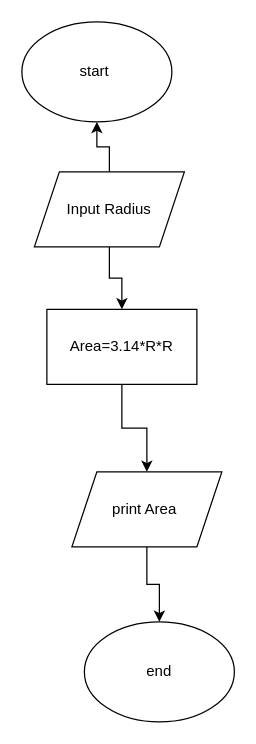
The draw.io diagram area of circle_Diagram.drawio in vikas342/ReadmineGit, before the edit. Source tidied: cells renumbered, new cells numbered last; positions are measured from the earlier drawing's top-left corner, leaving out a move shared by most shapes. Both pictures are drawn from the tidied source at 125%, with x=0, y=0 at pixel (21, 21).
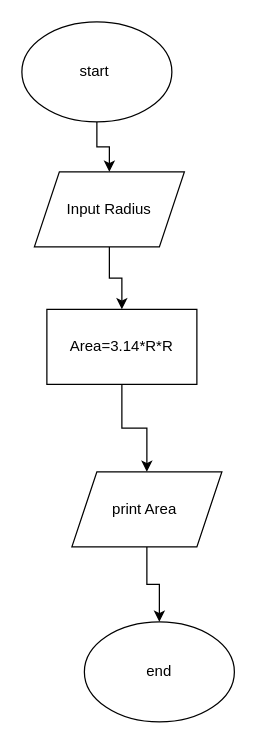
The same diagram, later.

Diff of the diagram source:
```diff
@@
 <mxGraphModel>
   <root>
     <mxCell id="0" />
     <mxCell id="1" parent="0" />
+    <mxCell id="11" style="edgeStyle=orthogonalEdgeStyle;rounded=0;jettySize=auto;html=1;" parent="1" edge="1" source="2" target="10">
+      <mxGeometry relative="1" as="geometry" />
+    </mxCell>
     <mxCell id="2" value="start&lt;span style=&quot;white-space: pre;&quot;&gt; &lt;/span&gt;" style="ellipse;whiteSpace=wrap;html=1;" parent="1" vertex="1">
       <mxGeometry width="120" height="80" as="geometry" />
     </mxCell>
     <mxCell id="3" style="edgeStyle=orthogonalEdgeStyle;rounded=0;jettySize=auto;html=1;" parent="1" edge="1" source="4" target="7">
       <mxGeometry relative="1" as="geometry" />
     </mxCell>
     <mxCell id="4" value="print Area&amp;nbsp;" style="shape=parallelogram;perimeter=parallelogramPerimeter;whiteSpace=wrap;html=1;fixedSize=1;" parent="1" vertex="1">
       <mxGeometry x="40" y="360" width="120" height="60" as="geometry" />
     </mxCell>
     <mxCell id="5" style="edgeStyle=orthogonalEdgeStyle;rounded=0;jettySize=auto;html=1;" parent="1" edge="1" source="6" target="4">
       <mxGeometry relative="1" as="geometry" />
     </mxCell>
     <mxCell id="6" value="Area=3.14*R*R" style="rounded=0;whiteSpace=wrap;html=1;" parent="1" vertex="1">
       <mxGeometry x="20" y="230" width="120" height="60" as="geometry" />
     </mxCell>
     <mxCell id="7" value="end" style="ellipse;whiteSpace=wrap;html=1;" parent="1" vertex="1">
       <mxGeometry x="50" y="480" width="120" height="80" as="geometry" />
     </mxCell>
     <mxCell id="8" style="edgeStyle=orthogonalEdgeStyle;rounded=0;jettySize=auto;html=1;" parent="1" edge="1" source="10" target="6">
       <mxGeometry relative="1" as="geometry" />
     </mxCell>
-    <mxCell id="9" style="edgeStyle=orthogonalEdgeStyle;rounded=0;jettySize=auto;html=1;" parent="1" edge="1" source="10" target="2">
-      <mxGeometry relative="1" as="geometry" />
-    </mxCell>
     <mxCell id="10" value="Input Radius" style="shape=parallelogram;perimeter=parallelogramPerimeter;whiteSpace=wrap;html=1;fixedSize=1;" parent="1" vertex="1">
       <mxGeometry x="10" y="120" width="120" height="60" as="geometry" />
     </mxCell>
   </root>
 </mxGraphModel>
```
